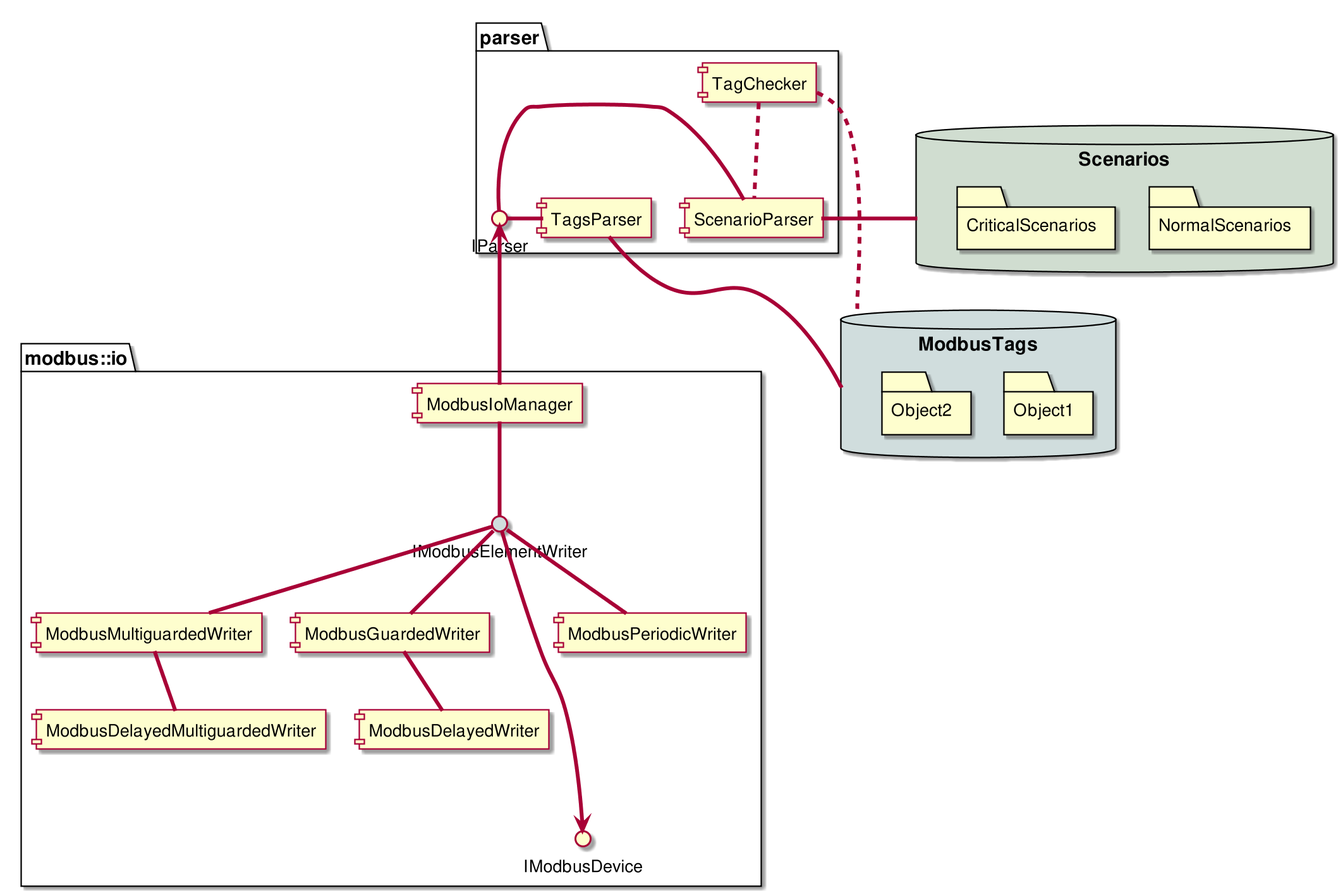
Before: Dissertation/images/modbus_class_components.png, a diagram exported from PlantUML (UlrichVonRekkenin/PhdLaTeX).
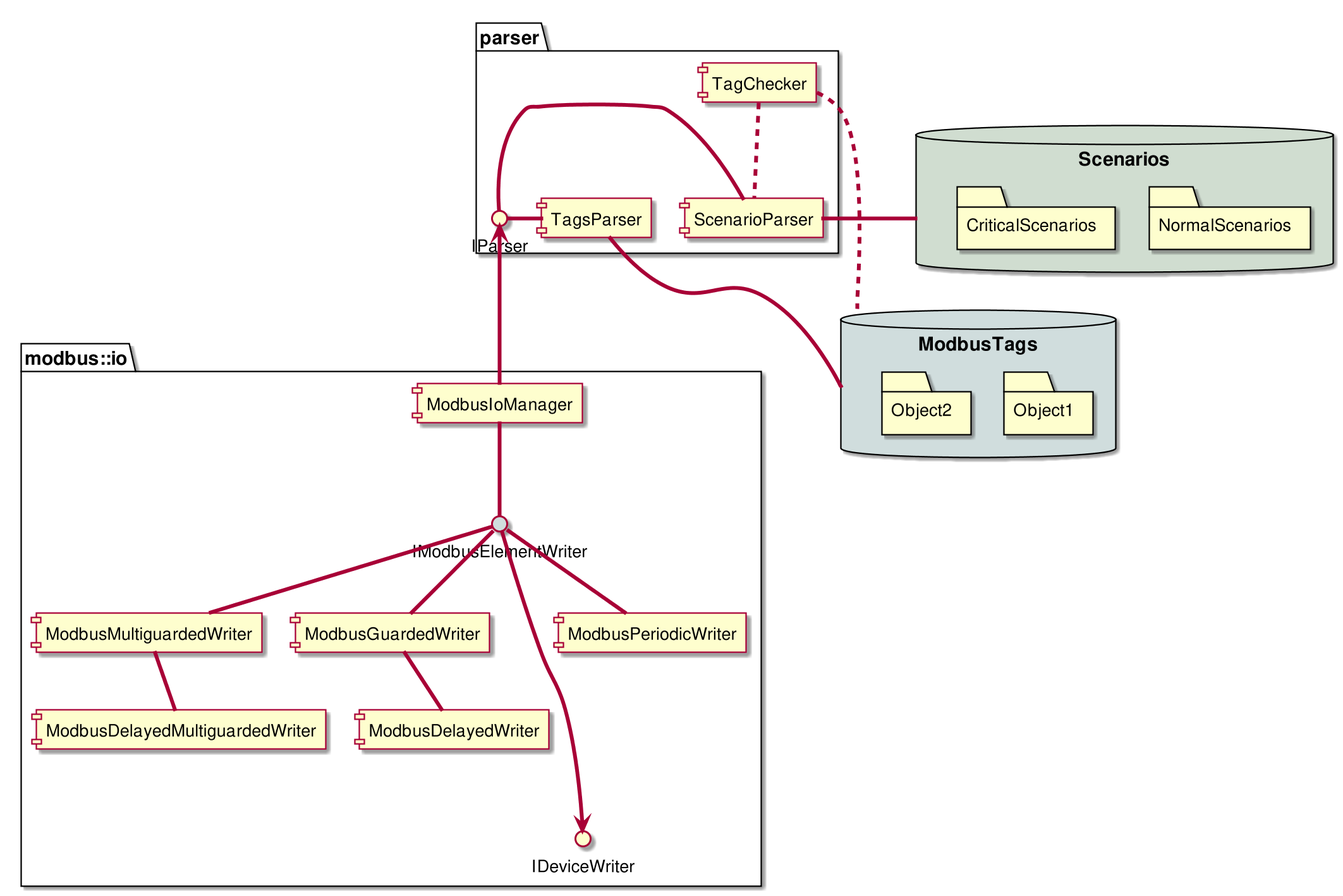
Above is the later version.

Change to the diagram source:
```diff
@@ -13,7 +13,7 @@
     [ModbusIoManager] as manager
     () IModbusElementWriter as iwriter #D0DDDD
     manager -- iwriter
-    iwriter ----> IModbusDevice
+    iwriter ----> IDeviceWriter
     [ModbusPeriodicWriter] -up- iwriter
     [ModbusGuardedWriter] -up- iwriter
     [ModbusDelayedWriter] -up- [ModbusGuardedWriter]
```
